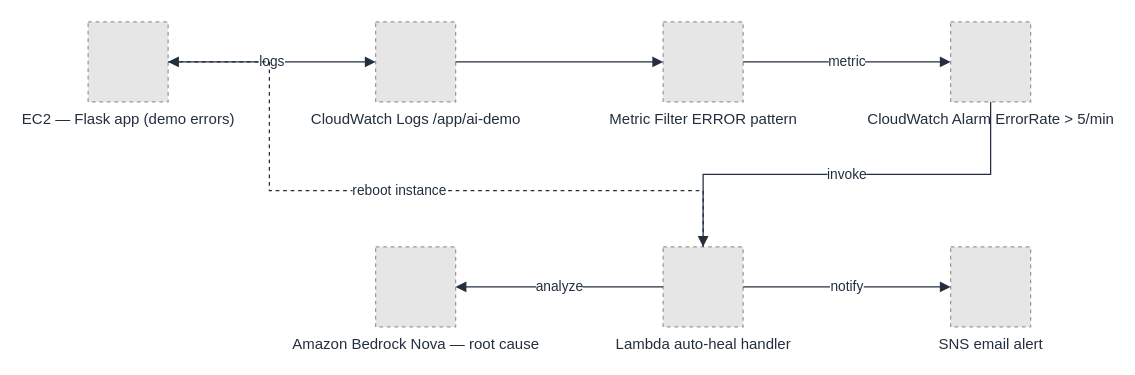
wazaglo/ai-auto-healing-aws keeps this draw.io diagram as docs/architecture.drawio. Above is the earlier version. Source tidied: cells renumbered, new cells numbered last; positions are measured from the earlier drawing's top-left corner, leaving out a move shared by most shapes. Both pictures are drawn from the tidied source at 125%, with x=0, y=0 at pixel (88, 21). Pictures stored in the file or linked from it are replaced by grey dashed boxes.
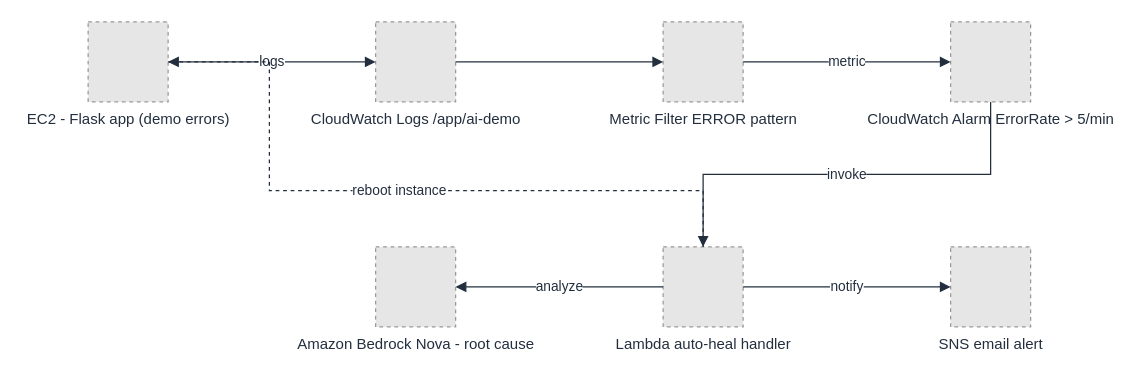
After the change.

Commit message (it also covers changes not shown here):
Remove em-dashes and AI-style phrasing from docs and comments

Change to the diagram source:
```diff
@@
-    <mxCell id="2" value="EC2 — Flask app (demo errors)" style="fillColor=#E6E6E6;strokeColor=#999999;dashed=1;html=1;verticalLabelPosition=bottom;verticalAlign=top;align=center;fontSize=12;fontColor=#232F3E;" parent="1" vertex="1">
+    <mxCell id="2" value="EC2 - Flask app (demo errors)" style="fillColor=#E6E6E6;strokeColor=#999999;dashed=1;html=1;verticalLabelPosition=bottom;verticalAlign=top;align=center;fontSize=12;fontColor=#232F3E;" parent="1" vertex="1">
       <mxGeometry width="64" height="64" as="geometry" />
     </mxCell>
@@
-    <mxCell id="6" value="Amazon Bedrock Nova — root cause" style="fillColor=#E6E6E6;strokeColor=#999999;dashed=1;html=1;verticalLabelPosition=bottom;verticalAlign=top;align=center;fontSize=12;fontColor=#232F3E;" parent="1" vertex="1">
+    <mxCell id="6" value="Amazon Bedrock Nova - root cause" style="fillColor=#E6E6E6;strokeColor=#999999;dashed=1;html=1;verticalLabelPosition=bottom;verticalAlign=top;align=center;fontSize=12;fontColor=#232F3E;" parent="1" vertex="1">
       <mxGeometry x="230" y="180" width="64" height="64" as="geometry" />
     </mxCell>
```
